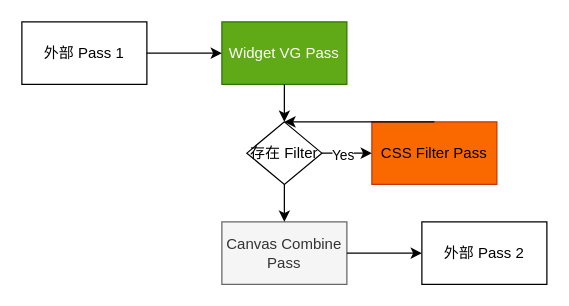
Above: page "渲染" (3 of 3) of Document/UML.drawio in ChivenZhang/OpenUI (draw.io), before the change. Source tidied: cells renumbered, new cells numbered last; positions are measured from the earlier drawing's top-left corner, leaving out a move shared by most shapes. Both pictures are drawn from the tidied source at 125%, with x=0, y=0 at pixel (21, 21).
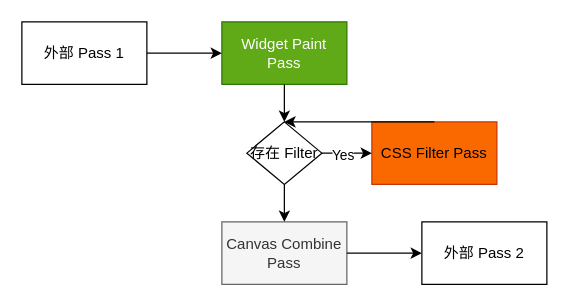
Above is the later version.

Diff of the diagram source:
```diff
@@
 <mxGraphModel>
   <root>
     <mxCell id="0" />
     <mxCell id="1" parent="0" />
     <mxCell id="2" value="外部 Pass 1" style="html=1;dashed=0;whiteSpace=wrap;" parent="1" vertex="1">
       <mxGeometry width="100" height="50" as="geometry" />
     </mxCell>
-    <mxCell id="3" value="Widget VG Pass" style="html=1;dashed=0;whiteSpace=wrap;fillColor=#60a917;strokeColor=#2D7600;fontColor=#ffffff;" parent="1" vertex="1">
+    <mxCell id="3" value="Widget Paint&lt;br&gt;Pass" style="html=1;dashed=0;whiteSpace=wrap;fillColor=#60a917;strokeColor=#2D7600;fontColor=#ffffff;" parent="1" vertex="1">
       <mxGeometry x="160" width="100" height="50" as="geometry" />
     </mxCell>
     <mxCell id="4" style="endArrow=classic;html=1;" parent="1" edge="1" source="2" target="3">
       <mxGeometry relative="1" as="geometry" />
     </mxCell>
     <mxCell id="5" value="CSS Filter Pass" style="html=1;dashed=0;whiteSpace=wrap;fillColor=#fa6800;strokeColor=#C73500;fontColor=#000000;" parent="1" vertex="1">
       <mxGeometry x="280" y="80" width="100" height="50" as="geometry" />
     </mxCell>
     <mxCell id="6" value="存在 Filter" style="shape=rhombus;html=1;dashed=0;whiteSpace=wrap;perimeter=rhombusPerimeter;" parent="1" vertex="1">
       <mxGeometry x="180" y="80" width="60" height="50" as="geometry" />
     </mxCell>
     <mxCell id="7" style="endArrow=classic;html=1;" parent="1" edge="1" source="6" target="5">
       <mxGeometry relative="1" as="geometry" />
     </mxCell>
     <mxCell id="8" value="Yes" style="edgeLabel;html=1;align=center;verticalAlign=middle;" parent="7" vertex="1">
       <mxGeometry x="-0.2" y="-1" relative="1" as="geometry" />
     </mxCell>
     <mxCell id="9" style="endArrow=classic;html=1;" parent="1" edge="1" source="3" target="6">
       <mxGeometry relative="1" as="geometry" />
     </mxCell>
     <mxCell id="10" value="Canvas Combine&lt;br&gt;Pass" style="html=1;dashed=0;whiteSpace=wrap;fillColor=#f5f5f5;fontColor=#333333;strokeColor=#666666;" parent="1" vertex="1">
       <mxGeometry x="160" y="160" width="100" height="50" as="geometry" />
     </mxCell>
     <mxCell id="11" style="endArrow=classic;html=1;" parent="1" edge="1" source="6" target="10">
       <mxGeometry relative="1" as="geometry" />
     </mxCell>
     <mxCell id="12" value="外部 Pass 2" style="html=1;dashed=0;whiteSpace=wrap;" parent="1" vertex="1">
       <mxGeometry x="320" y="160" width="100" height="50" as="geometry" />
     </mxCell>
     <mxCell id="13" style="endArrow=classic;html=1;" parent="1" edge="1" source="10" target="12">
       <mxGeometry relative="1" as="geometry" />
     </mxCell>
     <mxCell id="14" style="endArrow=classic;html=1;entryX=0.5;entryY=0;entryDx=0;entryDy=0;exitX=0.5;exitY=0;exitDx=0;exitDy=0;" parent="1" edge="1" source="5" target="6">
       <mxGeometry relative="1" as="geometry" />
     </mxCell>
   </root>
 </mxGraphModel>
```
